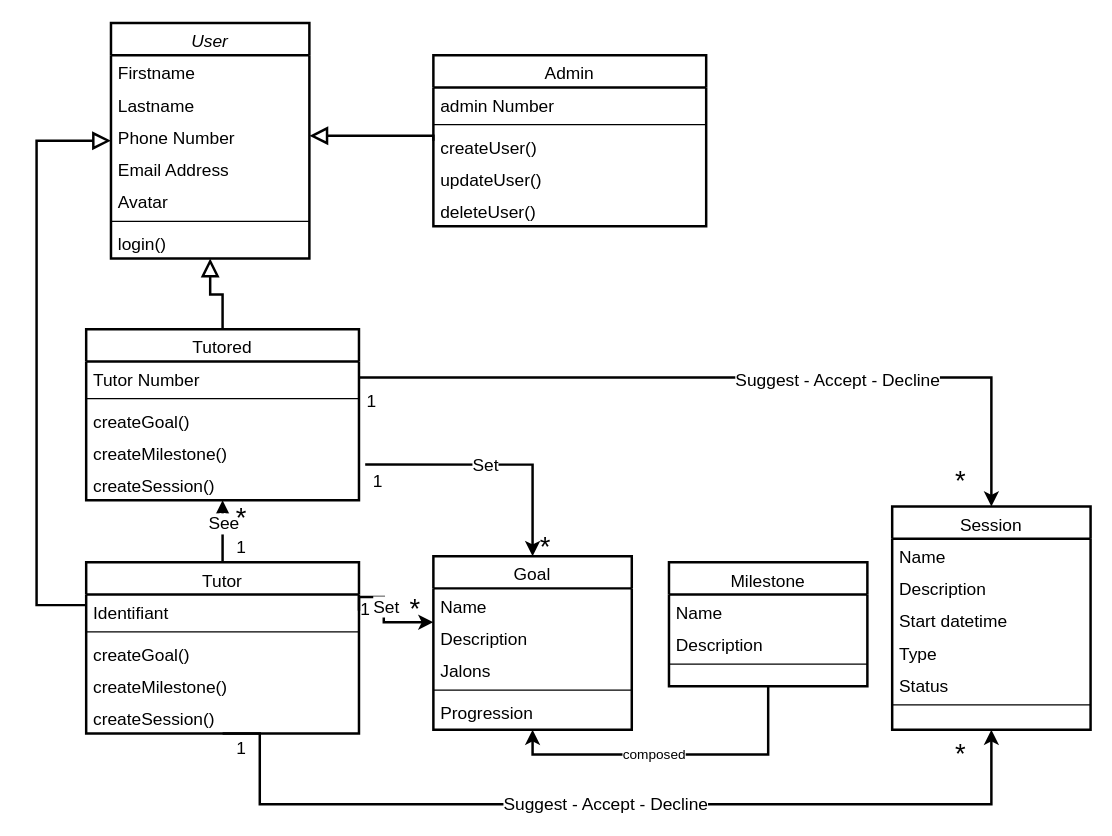
Above: page "Diagramme de classes" (4 of 4) of uml_avenirs.drawio in cbeauquel/oc_projet9 (draw.io), before the change. Source tidied: cells renumbered, new cells numbered last; positions are measured from the earlier drawing's top-left corner, leaving out a move shared by most shapes. Both pictures are drawn from the tidied source at 124%, with x=0, y=0 at pixel (36, 22).
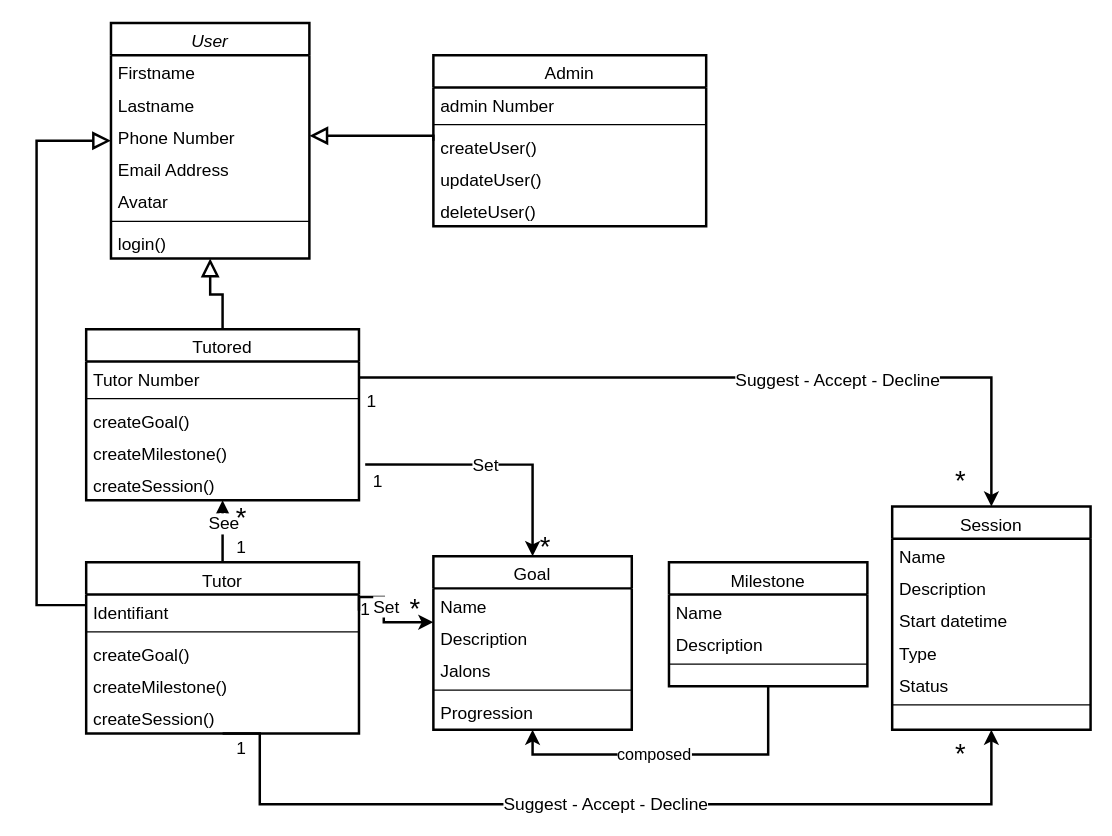
Above is the later version.

The change refers to these unchanged cells:
```xml
<mxCell id="32" style="edgeStyle=orthogonalEdgeStyle;rounded=0;jettySize=auto;html=1;exitX=0.5;exitY=1;exitDx=0;exitDy=0;entryX=0.5;entryY=1;entryDx=0;entryDy=0;strokeWidth=2;startArrow=classic;startFill=1;endArrow=none;endFill=0;" parent="1" edge="1" source="34" target="59">
  <mxGeometry relative="1" as="geometry" />
</mxCell>
```

The edit, as a diff of the source:
```diff
@@
-    <mxCell id="33" value="composed" style="edgeLabel;html=1;align=center;verticalAlign=middle;" parent="32" vertex="1">
+    <mxCell id="33" value="composed" style="edgeLabel;html=1;align=center;verticalAlign=middle;fontSize=13;" parent="32" vertex="1">
       <mxGeometry x="-0.12" y="1" relative="1" as="geometry" />
     </mxCell>
```
